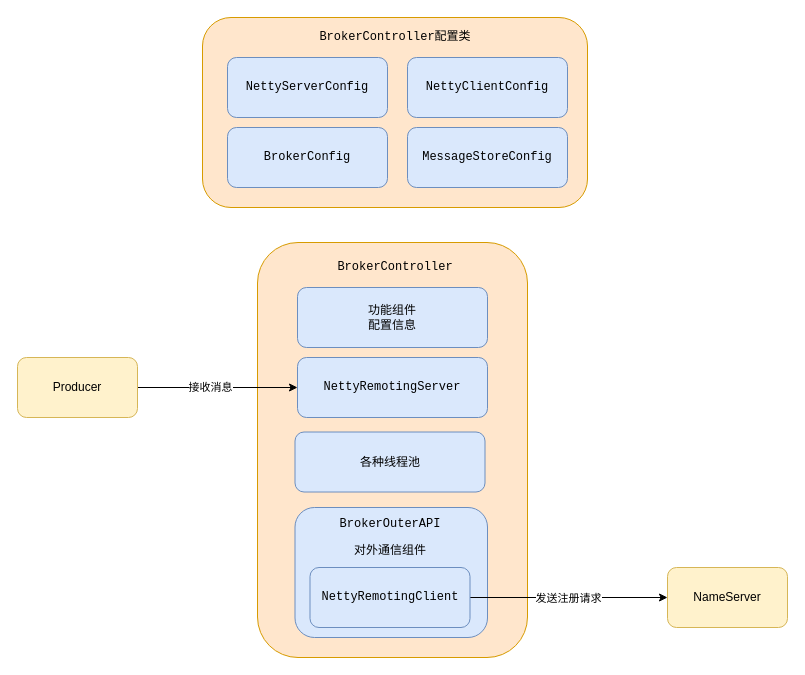
The draw.io diagram rocketmq/broker各种组件的作用.drawio in erlieStar/diagrams, before the edit. Source tidied: cells renumbered, new cells numbered last; positions are measured from the earlier drawing's top-left corner, leaving out a move shared by most shapes. Both pictures are drawn from the tidied source at 100%, with x=0, y=0 at pixel (17, 17).
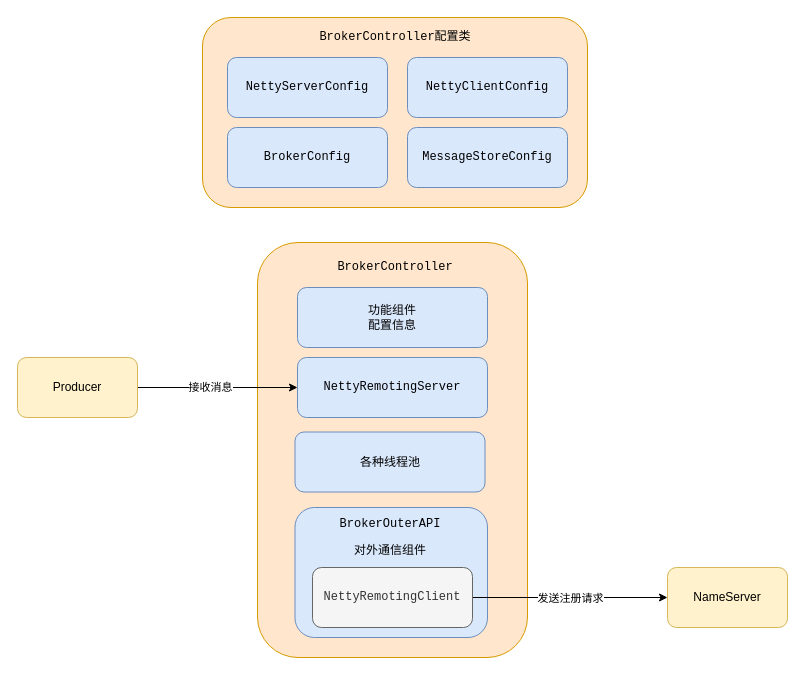
Above is the later version.

Commit message:
Update broker各种组件的作用.drawio

The edit, as a diff of the source:
```diff
@@
-    <mxCell id="15" value="&lt;pre&gt;&lt;pre&gt;NettyRemotingClient&lt;/pre&gt;&lt;/pre&gt;" style="rounded=1;whiteSpace=wrap;html=1;fillColor=#dae8fc;strokeColor=#6c8ebf;" parent="1" vertex="1">
-      <mxGeometry x="292.5" y="550" width="160" height="60" as="geometry" />
+    <mxCell id="15" value="&lt;pre&gt;&lt;pre&gt;NettyRemotingClient&lt;/pre&gt;&lt;/pre&gt;" style="rounded=1;whiteSpace=wrap;html=1;fillColor=#f5f5f5;strokeColor=#666666;fontColor=#333333;" parent="1" vertex="1">
+      <mxGeometry x="295" y="550" width="160" height="60" as="geometry" />
     </mxCell>
```
